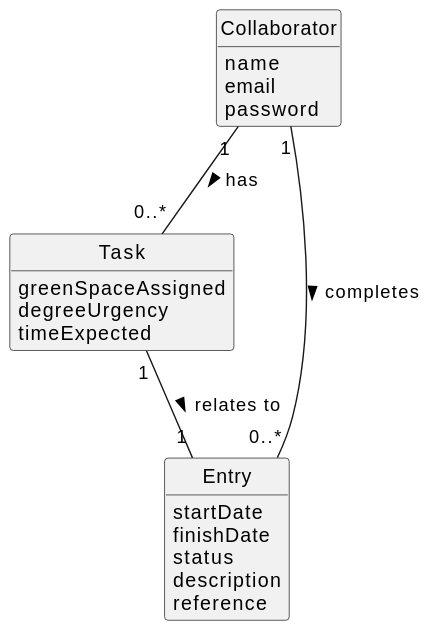
Before: docs/sprintC/us029/02.analysis/svg/us029-domain-model.svg, a diagram exported from PlantUML (francisc-o-liveira/lei-24-s2-1dp-g163).
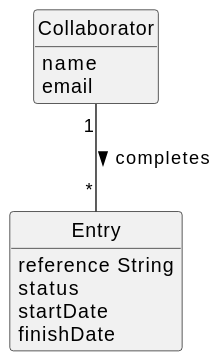
Later version of the same file.

Change to the diagram source:
```diff
@@ -2,34 +2,22 @@
 skinparam monochrome true
 skinparam packageStyle rectangle
 skinparam shadowing false
-
 skinparam classAttributeIconSize 0
-
 hide circle
 hide methods
 
+class Entry {
+    reference String
+    status
+    startDate
+    finishDate
+}
 
 class Collaborator {
     name
     email
-    password
 }
 
-class Task {
-    greenSpaceAssigned
-    degreeUrgency
-    timeExpected
-}
 
-class Entry {
-    startDate
-    finishDate
-    status
-    description
-    reference
-}
-
-Collaborator "1" -- "0..*" Task : has >
-Collaborator "1" -- "0..*" Entry : completes >
-Task "1" -- "1" Entry : relates to >
+Collaborator "1" -- "*" Entry : completes >
 @enduml
```
